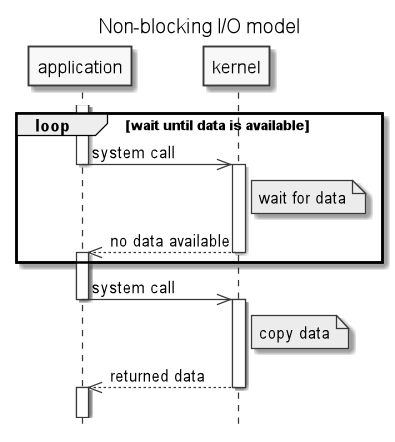
Earlier version of the PlantUML export .images/non_blocking_IO_model.png (c0p4c4b4n4/demo-sockets-io-nio-nio2).
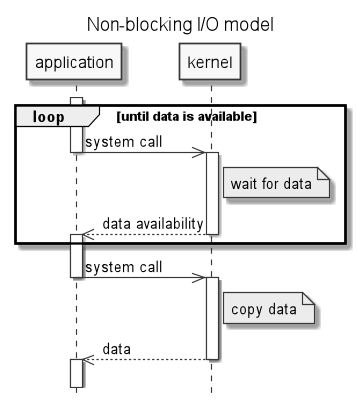
The same diagram one commit later.

What changed in the source:
```diff
@@ -4,12 +4,12 @@
 skinparam monochrome true
 skinparam titleFontSize 16
 activate application
-loop wait until data is available
+loop until data is available
     application->>kernel: system call
     deactivate application
     activate kernel
     Note right of kernel: wait for data
-    kernel-->>application: no data available
+    kernel-->>application: data availability
     deactivate kernel
     activate application
 end
@@ -17,7 +17,7 @@
 deactivate application
 activate kernel
 Note right of kernel: copy data
-kernel-->>application: returned data
+kernel-->>application: data
 deactivate kernel
 activate application
 ||15||
```
